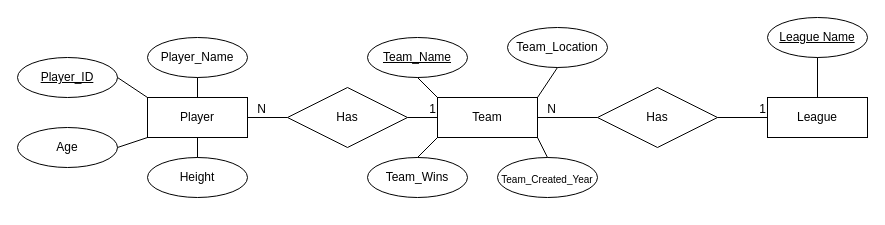
Earlier version of the draw.io diagram Untitled Diagram.drawio (adambuckley12/scc-201). Source tidied: cells renumbered, new cells numbered last; positions are measured from the earlier drawing's top-left corner, leaving out a move shared by most shapes. Both pictures are drawn from the tidied source at 100%, with x=0, y=0 at pixel (17, 17).
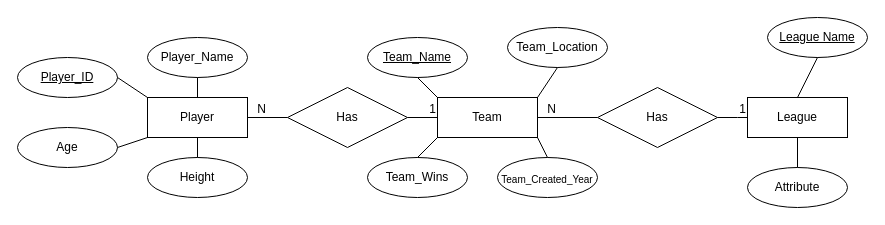
Above is the later version.

The change refers to these unchanged cells:
```xml
<mxCell id="6" value="Has" style="shape=rhombus;perimeter=rhombusPerimeter;whiteSpace=wrap;html=1;align=center;rounded=0;" parent="1" vertex="1">
  <mxGeometry x="580" y="70" width="120" height="60" as="geometry" />
</mxCell>
```

The edit, as a diff of the source:
```diff
@@
     <mxCell id="4" value="League" style="whiteSpace=wrap;html=1;align=center;rounded=0;" parent="1" vertex="1">
-      <mxGeometry x="750" y="80" width="100" height="40" as="geometry" />
+      <mxGeometry x="730" y="80" width="100" height="40" as="geometry" />
     </mxCell>
@@
     <mxCell id="13" style="endArrow=none;html=1;rounded=0;exitX=1;exitY=0.5;exitDx=0;exitDy=0;entryX=0;entryY=0.5;entryDx=0;entryDy=0;" parent="1" edge="1" source="6" target="4">
-      <mxGeometry relative="1" as="geometry" />
+      <mxGeometry relative="1" as="geometry">
+        <Array as="points">
+          <mxPoint x="720" y="100" />
+        </Array>
+      </mxGeometry>
     </mxCell>
@@
+    <mxCell id="33" value="Attribute" style="ellipse;whiteSpace=wrap;html=1;align=center;" parent="1" vertex="1">
+      <mxGeometry x="730" y="150" width="100" height="40" as="geometry" />
+    </mxCell>
+    <mxCell id="34" style="endArrow=none;html=1;rounded=0;exitX=0.5;exitY=1;exitDx=0;exitDy=0;entryX=0.5;entryY=0;entryDx=0;entryDy=0;" parent="1" edge="1" source="4" target="33">
+      <mxGeometry relative="1" as="geometry" />
+    </mxCell>
```
